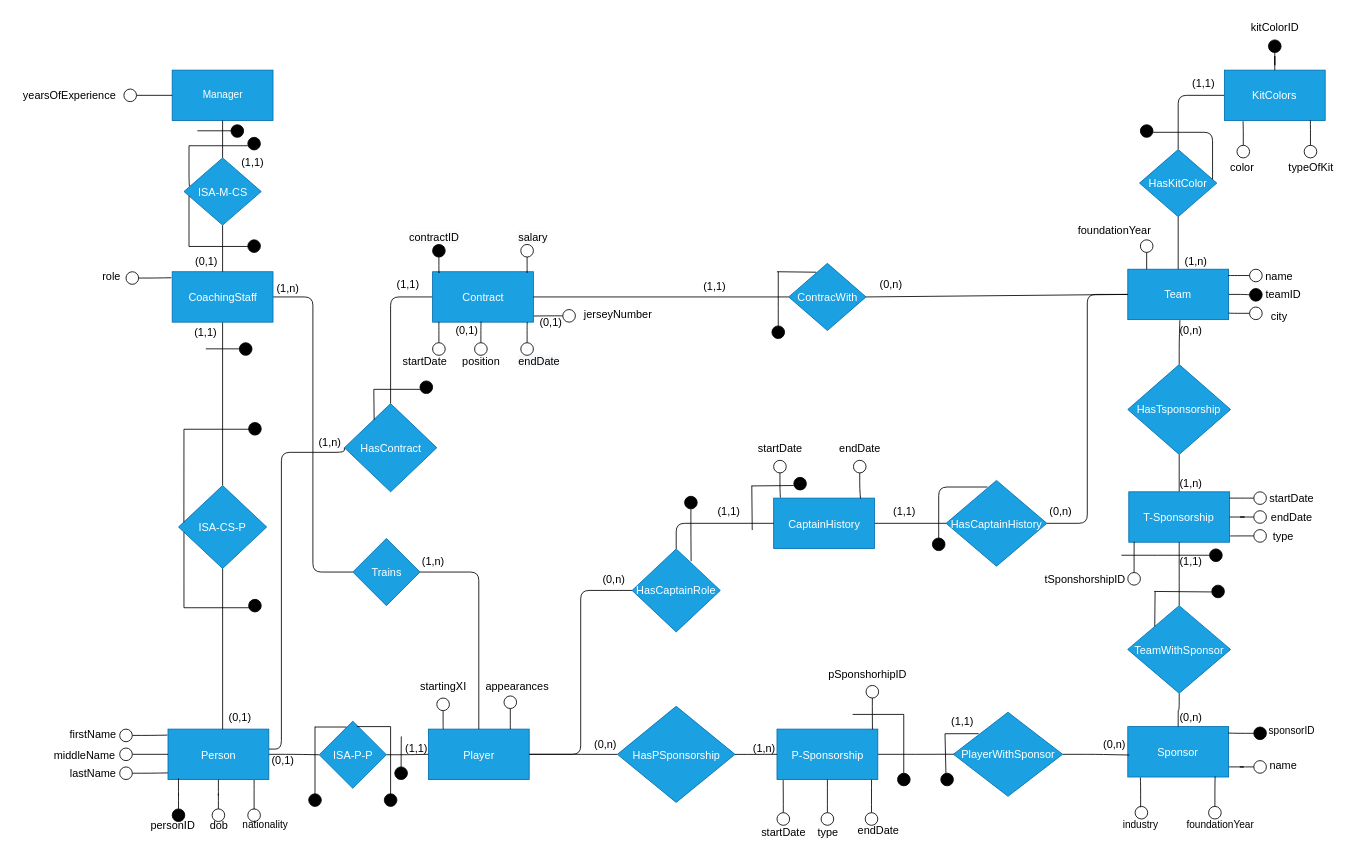
This is football-club-database/diagrams/restructured-conceptual-schema.drawio from Maxxy21/football_clubs_database, a draw.io file, before an edit. Source tidied: cells renumbered, new cells numbered last; positions are measured from the earlier drawing's top-left corner, leaving out a move shared by most shapes. Both pictures are drawn from the tidied source at 84%, with x=0, y=0 at pixel (14, 14).
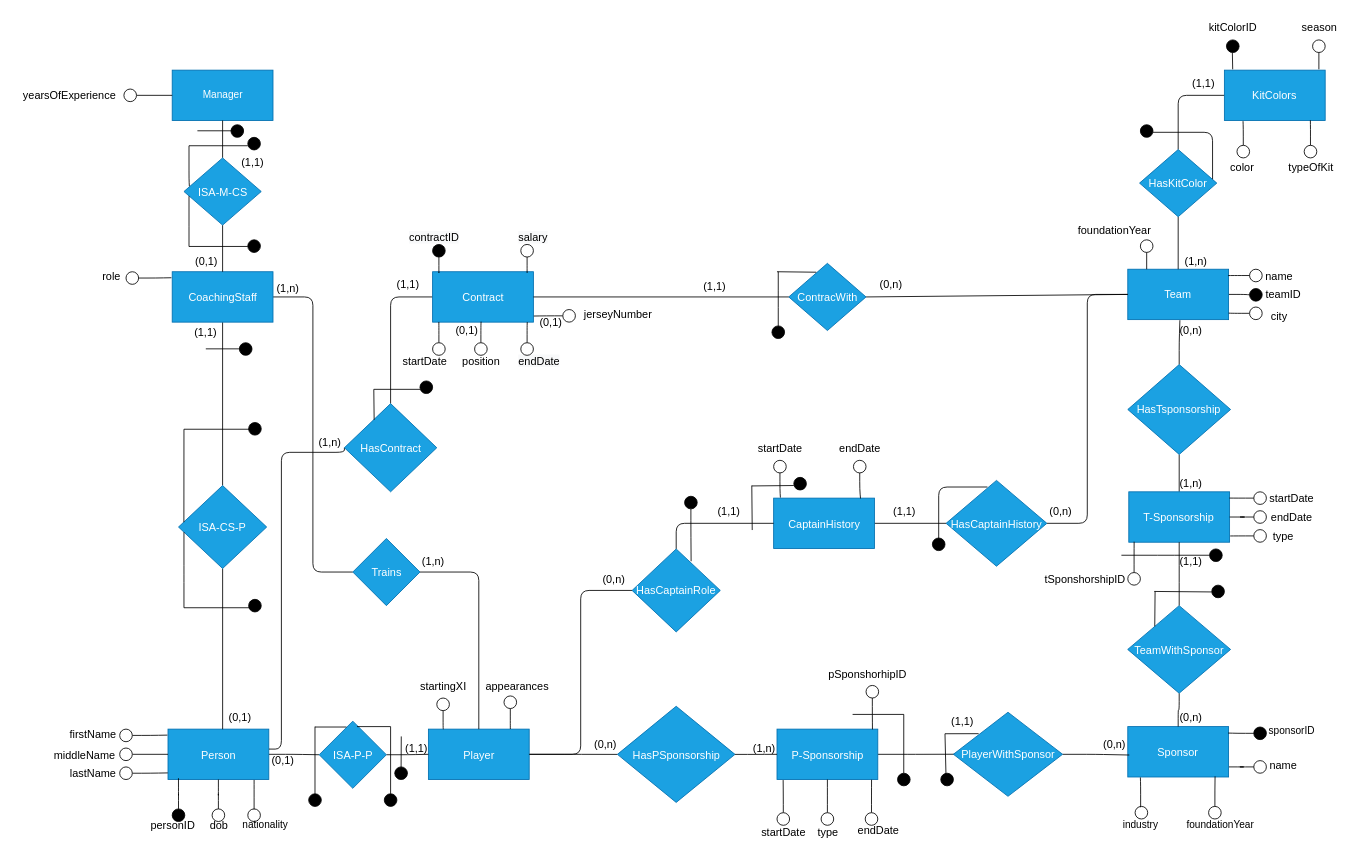
The same diagram, later.

Commit message (it also covers changes not shown here):
Restructured the relational schema

The change refers to these unchanged cells:
```xml
<mxCell id="229" value="KitColors" style="whiteSpace=wrap;html=1;fontSize=13;fillColor=#1ba1e2;strokeColor=#006EAF;fontColor=#ffffff;" parent="1" vertex="1">
  <mxGeometry x="1440.1" y="66" width="120" height="60" as="geometry" />
</mxCell>
```

What changed in the source:
```diff
@@
-    <mxCell id="240" style="edgeStyle=orthogonalEdgeStyle;shape=connector;rounded=1;jettySize=auto;html=1;entryX=0.5;entryY=0;entryDx=0;entryDy=0;labelBackgroundColor=default;strokeColor=default;fontFamily=Helvetica;fontSize=13;fontColor=default;endArrow=none;endFill=0;fillColor=none;" parent="1" edge="1" source="241" target="229">
-      <mxGeometry relative="1" as="geometry" />
-    </mxCell>
     <mxCell id="241" style="ellipse;whiteSpace=wrap;html=1;fontSize=13;rounded=0;fillColor=#000000;" parent="1" vertex="1">
-      <mxGeometry x="1492.6" y="30" width="15" height="15" as="geometry" />
+      <mxGeometry x="1442.6" y="30" width="15" height="15" as="geometry" />
     </mxCell>
     <mxCell id="242" value="kitColorID" style="text;html=1;align=center;verticalAlign=middle;strokeColor=none;fillColor=none;fontSize=13;fontFamily=Helvetica;fontColor=default;" parent="1" vertex="1">
-      <mxGeometry x="1460.1" width="80" height="30" as="geometry" />
+      <mxGeometry x="1410.1" width="80" height="30" as="geometry" />
     </mxCell>
@@
+    <mxCell id="245" style="edgeStyle=orthogonalEdgeStyle;shape=connector;rounded=1;orthogonalLoop=1;jettySize=auto;html=1;entryX=0.185;entryY=1.012;entryDx=0;entryDy=0;entryPerimeter=0;labelBackgroundColor=default;strokeColor=default;fontFamily=Helvetica;fontSize=13;fontColor=default;endArrow=none;endFill=0;fillColor=none;" parent="1" edge="1">
+      <mxGeometry relative="1" as="geometry">
+        <mxPoint x="1450" y="65" as="sourcePoint" />
+        <mxPoint x="1449.6" y="45" as="targetPoint" />
+      </mxGeometry>
+    </mxCell>
+    <mxCell id="246" style="edgeStyle=orthogonalEdgeStyle;shape=connector;rounded=1;jettySize=auto;html=1;entryX=0.939;entryY=-0.008;entryDx=0;entryDy=0;entryPerimeter=0;labelBackgroundColor=default;strokeColor=default;fontFamily=Helvetica;fontSize=13;fontColor=default;endArrow=none;endFill=0;fillColor=none;" parent="1" edge="1" source="247" target="229">
+      <mxGeometry relative="1" as="geometry" />
+    </mxCell>
+    <mxCell id="247" style="ellipse;whiteSpace=wrap;html=1;fontSize=13;rounded=0;fillColor=none;" parent="1" vertex="1">
+      <mxGeometry x="1545.1" y="30" width="15" height="15" as="geometry" />
+    </mxCell>
+    <mxCell id="248" value="season" style="text;html=1;align=center;verticalAlign=middle;strokeColor=none;fillColor=none;fontSize=13;fontFamily=Helvetica;fontColor=default;" parent="1" vertex="1">
+      <mxGeometry x="1517.6" width="70" height="30" as="geometry" />
+    </mxCell>
```
